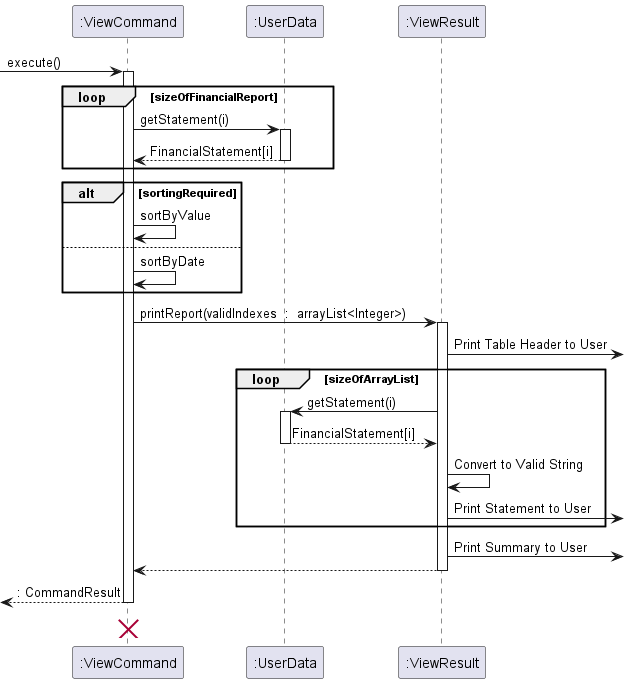
The PlantUML diagram docs/images/DeveloperGuide/ViewCommand.png in nus-cs2113-AY2223S2/tp, before a commit.
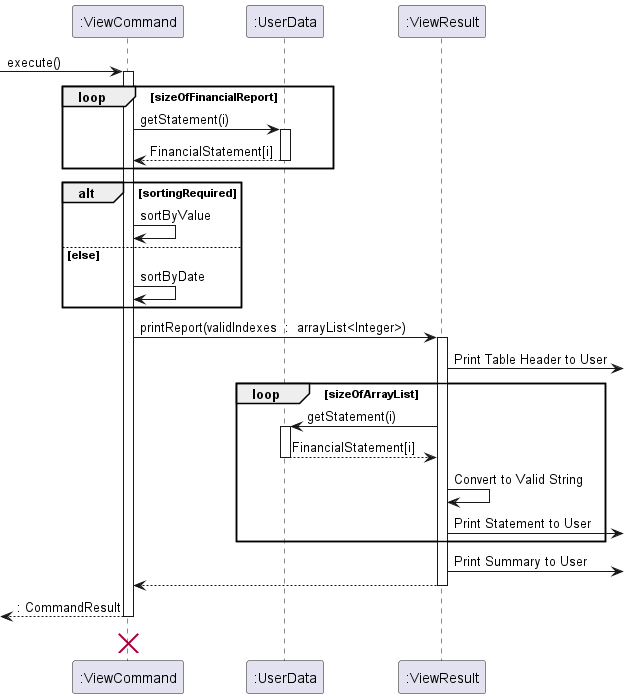
After the change.

Commit message:
Update DG Fix missing else in SD for View Command

Change to the diagram source:
```diff
@@ -14,7 +14,7 @@
     end
         alt sortingRequired
         ViewCommand -> ViewCommand : sortByValue
-        else
+        else else
         ViewCommand -> ViewCommand : sortByDate
     end
 
```
